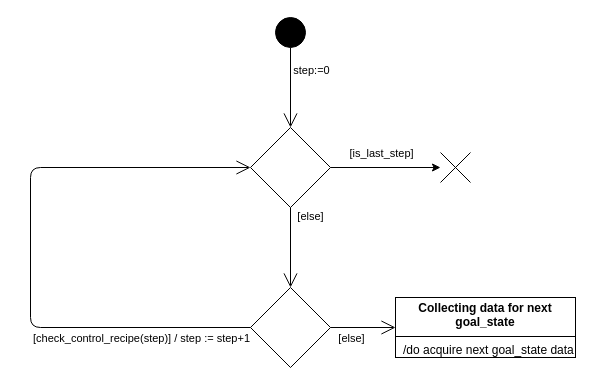
The draw.io diagram src/recipe_tracking/diagrams/state_diagram.drawio in ignithor/Assignment_Cogar_Group_C, before the edit. Source tidied: cells renumbered, new cells numbered last; positions are measured from the earlier drawing's top-left corner, leaving out a move shared by most shapes. Both pictures are drawn from the tidied source at 100%, with x=0, y=0 at pixel (30, 17).
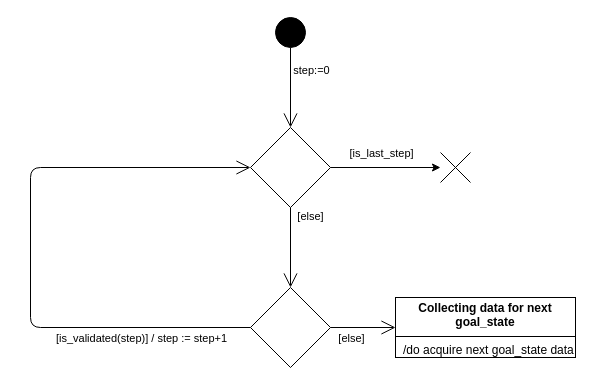
After the change.

Commit message:
fix: recipe_tracking/Modify state diagram.

The change refers to these unchanged cells:
```xml
<mxCell id="8" style="endArrow=open;endFill=1;endSize=12;html=1;exitX=0;exitY=0.5;exitDx=0;exitDy=0;entryX=0;entryY=0.5;entryDx=0;entryDy=0;" parent="1" edge="1" source="4" target="2">
  <mxGeometry relative="1" as="geometry">
    <Array as="points">
      <mxPoint y="310" />
      <mxPoint y="150" />
    </Array>
  </mxGeometry>
</mxCell>
```

What changed in the source:
```diff
@@
-    <mxCell id="9" value="[check_control_recipe(step)] / step := step+1" style="edgeLabel;html=1;align=center;verticalAlign=middle;" parent="8" vertex="1">
+    <mxCell id="9" value="[is_validated(step)] / step := step+1" style="edgeLabel;html=1;align=center;verticalAlign=middle;" parent="8" vertex="1">
       <mxGeometry x="-0.56" y="-2" relative="1" as="geometry">
         <mxPoint x="22" y="12" as="offset" />
       </mxGeometry>
     </mxCell>
```
